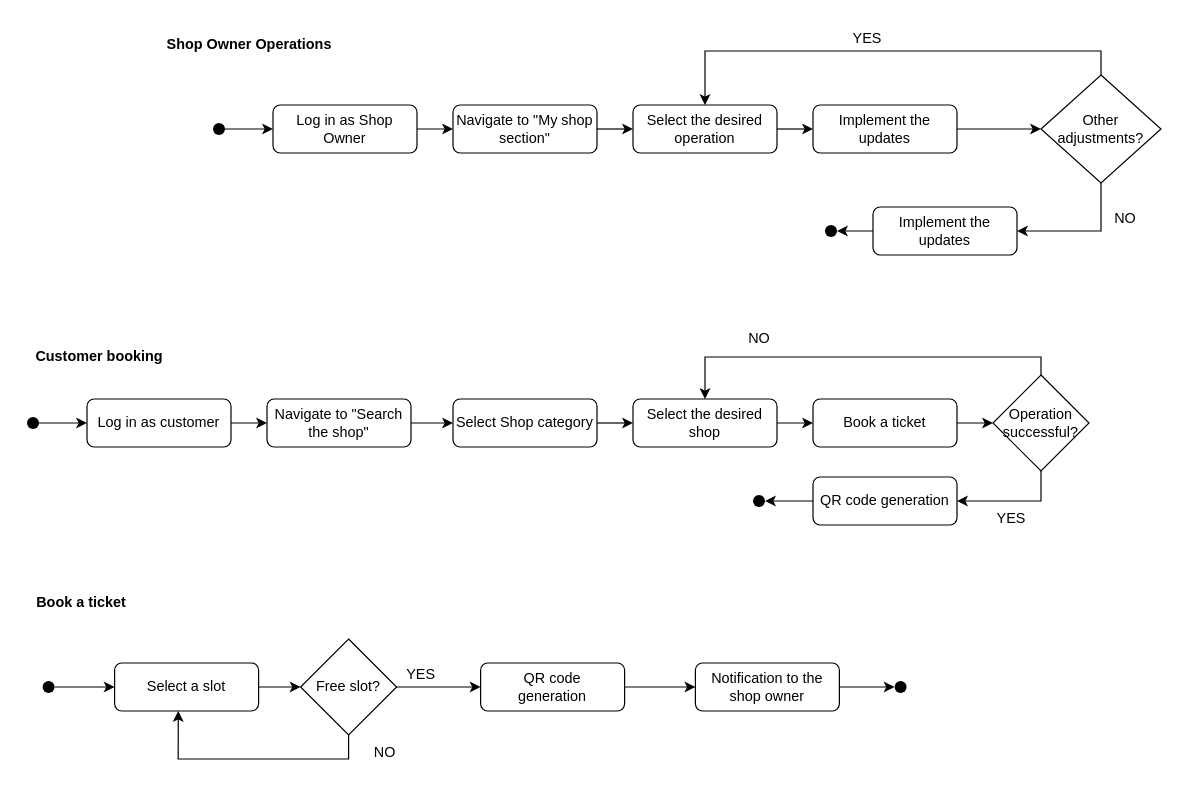
This is Documents/2. RASD/StateCharts/StateChart.drawio from GiacomelliGianluca/Iqueue_app, a draw.io file, before an edit. Source tidied: cells renumbered, new cells numbered last; positions are measured from the earlier drawing's top-left corner, leaving out a move shared by most shapes. Both pictures are drawn from the tidied source at 120%, with x=0, y=0 at pixel (20, 20).
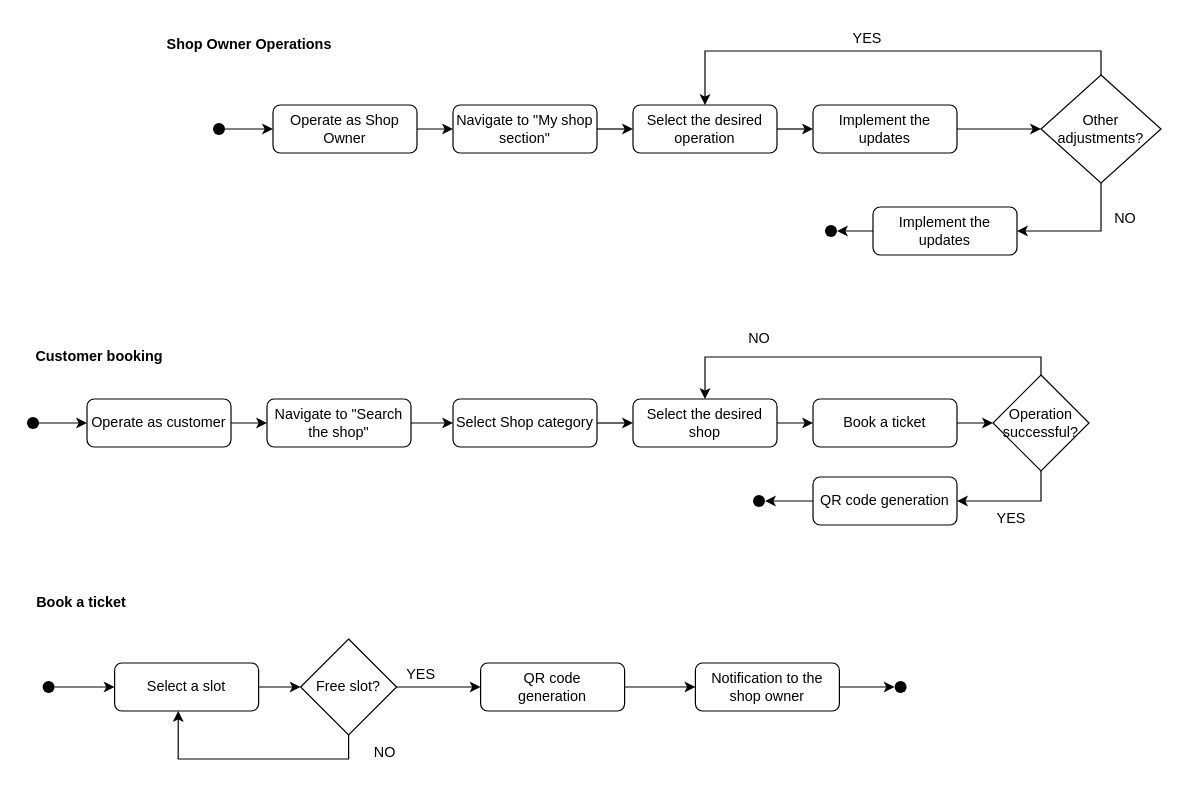
The same page after the edit.

The edit, as a diff of the source:
```diff
@@
-    <mxCell id="3" value="Log in as Shop Owner" style="rounded=1;whiteSpace=wrap;html=1;fontSize=12;glass=0;strokeWidth=1;shadow=0;" parent="1" vertex="1">
+    <mxCell id="3" value="Operate as Shop Owner" style="rounded=1;whiteSpace=wrap;html=1;fontSize=12;glass=0;strokeWidth=1;shadow=0;" parent="1" vertex="1">
       <mxGeometry x="210" y="70" width="120" height="40" as="geometry" />
     </mxCell>
@@
-    <mxCell id="21" value="Log in as customer" style="rounded=1;whiteSpace=wrap;html=1;fontSize=12;glass=0;strokeWidth=1;shadow=0;" parent="1" vertex="1">
+    <mxCell id="21" value="Operate as customer" style="rounded=1;whiteSpace=wrap;html=1;fontSize=12;glass=0;strokeWidth=1;shadow=0;" parent="1" vertex="1">
       <mxGeometry x="55" y="315" width="120" height="40" as="geometry" />
     </mxCell>
```
